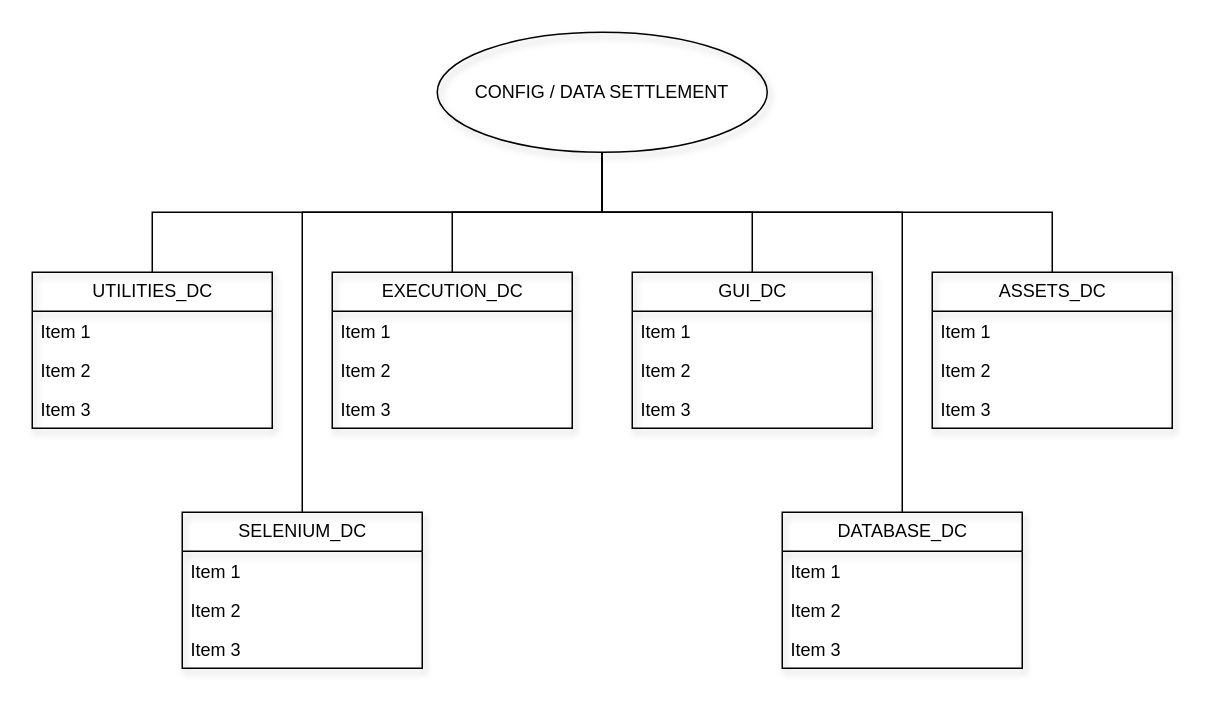
Before: page "ENV & CONSTANTS" (2 of 10) of scheme.drawio in SplishBoom/Transkript-Manager, a draw.io diagram. Source tidied: cells renumbered, new cells numbered last; positions are measured from the earlier drawing's top-left corner, leaving out a move shared by most shapes. Both pictures are drawn from the tidied source at 150%, with x=0, y=0 at pixel (32, 32).
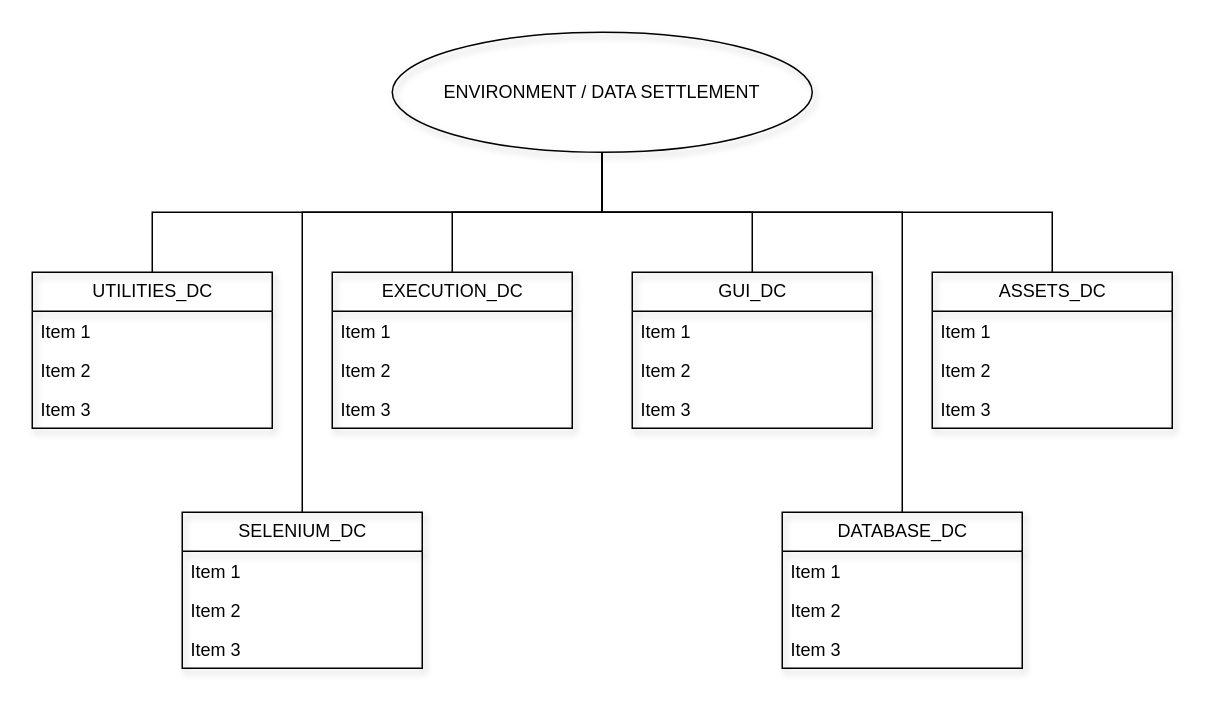
The same diagram, later.

Change to the diagram source:
```diff
@@
-    <mxCell id="2" value="CONFIG / DATA SETTLEMENT" style="ellipse;whiteSpace=wrap;html=1;shadow=1;sketch=0;fillColor=none;" parent="1" vertex="1">
-      <mxGeometry x="270" width="220" height="80" as="geometry" />
+    <mxCell id="2" value="ENVIRONMENT / DATA SETTLEMENT" style="ellipse;whiteSpace=wrap;html=1;shadow=1;sketch=0;fillColor=none;" parent="1" vertex="1">
+      <mxGeometry x="240" width="280" height="80" as="geometry" />
     </mxCell>
```
